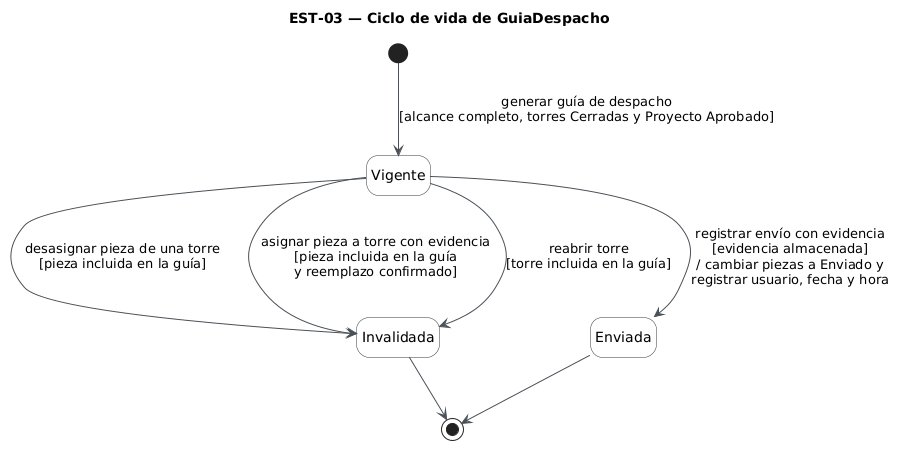
Foyzen-Kaze/snapsip keeps this PlantUML diagram as diagramas/est-03.png. Above is the earlier version.
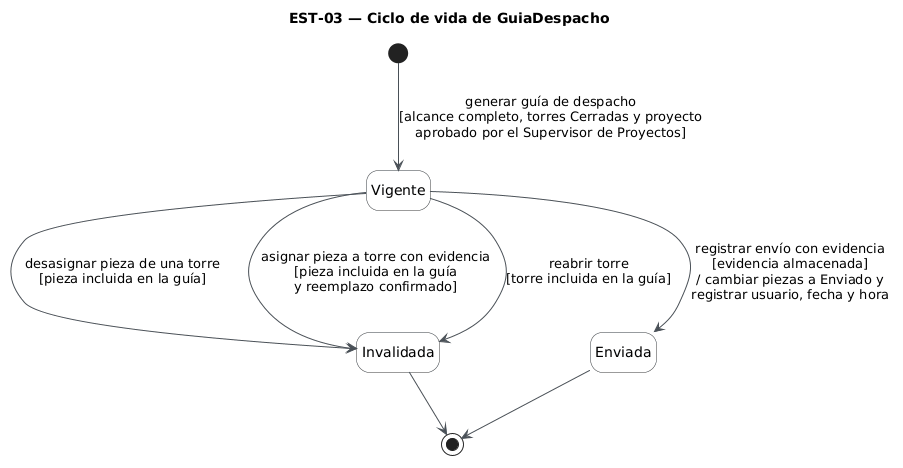
The same file after the commit.

The edit, as a diff of the source:
```diff
@@ -10,7 +10,7 @@
   EndColor #343A40
 }
 
-[*] --> Vigente : generar guía de despacho\n[alcance completo, torres Cerradas y Proyecto Aprobado]
+[*] --> Vigente : generar guía de despacho\n[alcance completo, torres Cerradas y proyecto\naprobado por el Supervisor de Proyectos]
 Vigente --> Invalidada : desasignar pieza de una torre\n[pieza incluida en la guía]
 Vigente --> Invalidada : asignar pieza a torre con evidencia\n[pieza incluida en la guía\ny reemplazo confirmado]
 Vigente --> Invalidada : reabrir torre\n[torre incluida en la guía]
```
